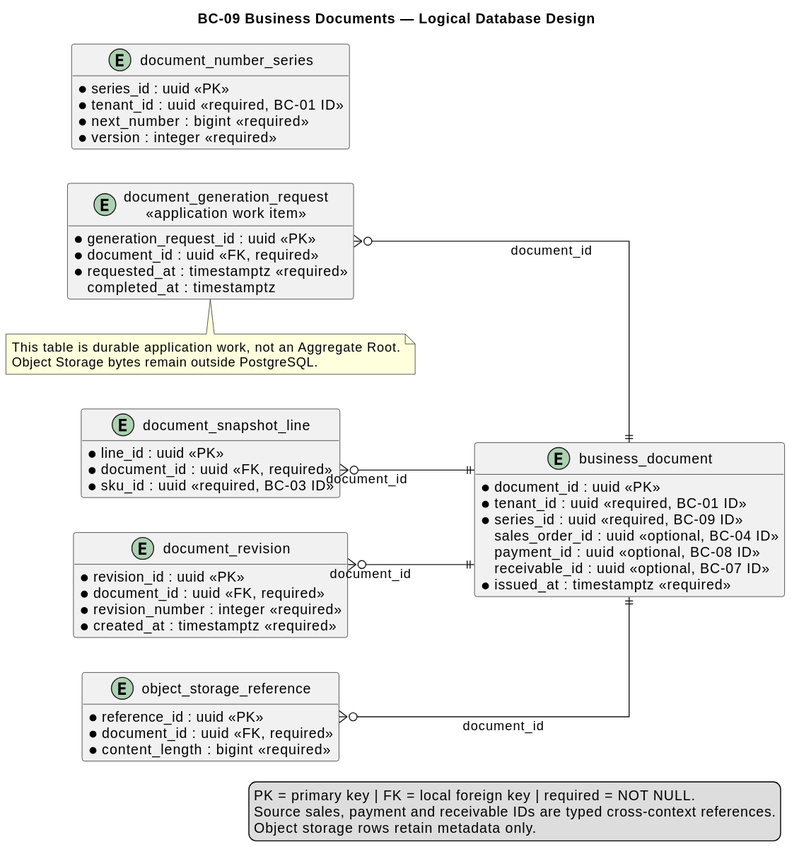
Earlier version of the PlantUML export report/assets/chapter-2/tactical/BC-09/database-diagram.svg (nexa-suite/mobile-report).
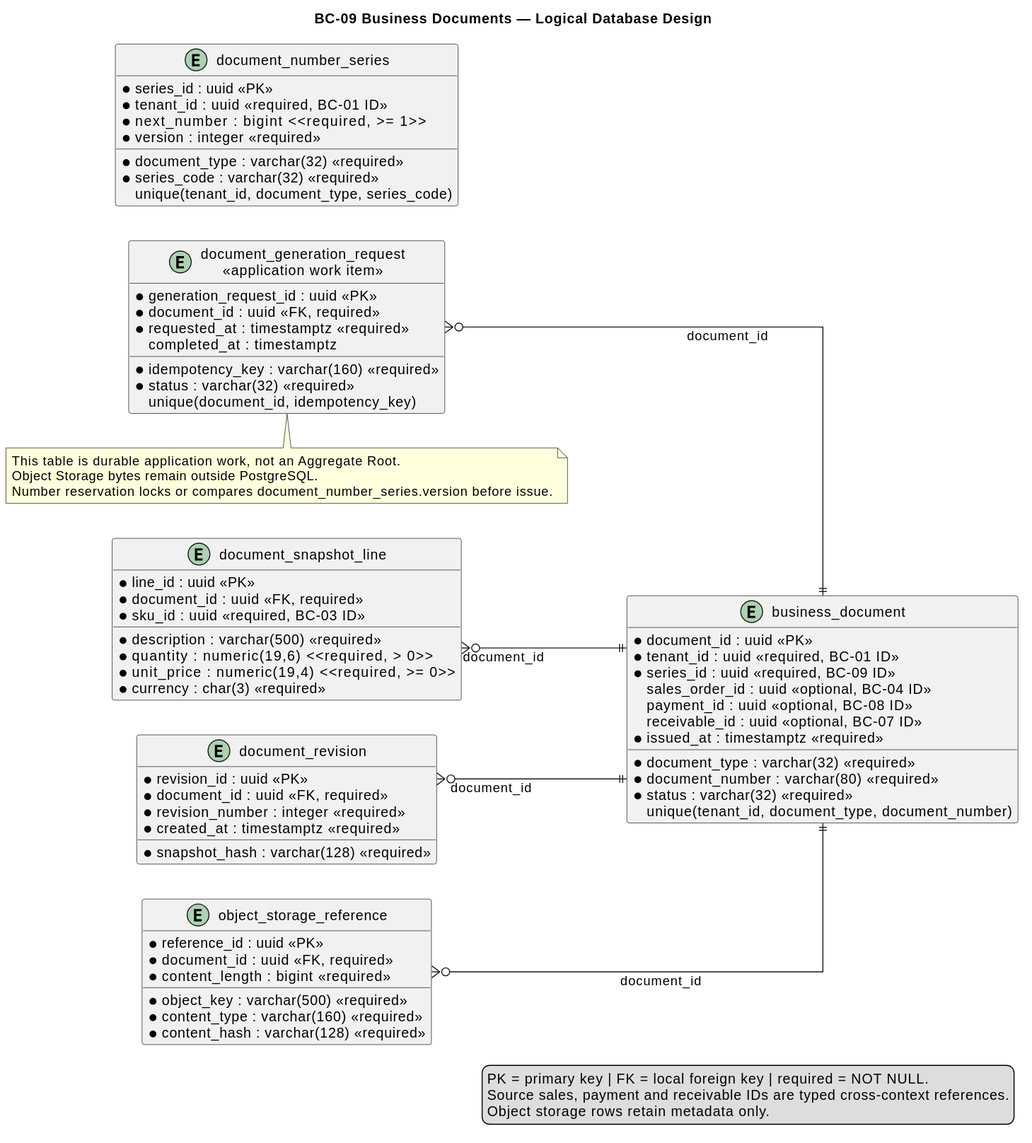
Above is the later version.

The edit, as a diff of the source:
```diff
@@ -1,7 +1,6 @@
 @startuml
 title BC-09 Business Documents — Logical Database Design
 left to right direction
-hide methods
 skinparam shadowing false
 skinparam linetype ortho
 skinparam entity {
@@ -15,8 +14,9 @@
   * tenant_id : uuid <<required, BC-01 ID>>
   * document_type : varchar(32) <<required>>
   * series_code : varchar(32) <<required>>
-  * next_number : bigint <<required>>
+  * next_number : bigint <<required, >= 1>>
   * version : integer <<required>>
+    unique(tenant_id, document_type, series_code)
 }
 
 entity "business_document" as business_document {
@@ -30,6 +30,7 @@
     receivable_id : uuid <<optional, BC-07 ID>>
   * status : varchar(32) <<required>>
   * issued_at : timestamptz <<required>>
+    unique(tenant_id, document_type, document_number)
 }
 
 entity "document_snapshot_line" as document_snapshot_line {
@@ -37,8 +38,8 @@
   * document_id : uuid <<FK, required>>
   * sku_id : uuid <<required, BC-03 ID>>
   * description : varchar(500) <<required>>
-  * quantity : numeric(19,6) <<required>>
-  * unit_price : numeric(19,4) <<required>>
+  * quantity : numeric(19,6) <<required, > 0>>
+  * unit_price : numeric(19,4) <<required, >= 0>>
   * currency : char(3) <<required>>
 }
 
@@ -62,10 +63,11 @@
 entity "document_generation_request\n<<application work item>>" as document_generation_request {
   * generation_request_id : uuid <<PK>>
   * document_id : uuid <<FK, required>>
-  * idempotency_key : varchar(160) <<required, unique>>
+  * idempotency_key : varchar(160) <<required>>
   * status : varchar(32) <<required>>
   * requested_at : timestamptz <<required>>
     completed_at : timestamptz
+    unique(document_id, idempotency_key)
 }
 
 document_snapshot_line }o--|| business_document : document_id
@@ -76,6 +78,7 @@
 note bottom of document_generation_request
 This table is durable application work, not an Aggregate Root.
 Object Storage bytes remain outside PostgreSQL.
+Number reservation locks or compares document_number_series.version before issue.
 end note
 
 legend right
```
